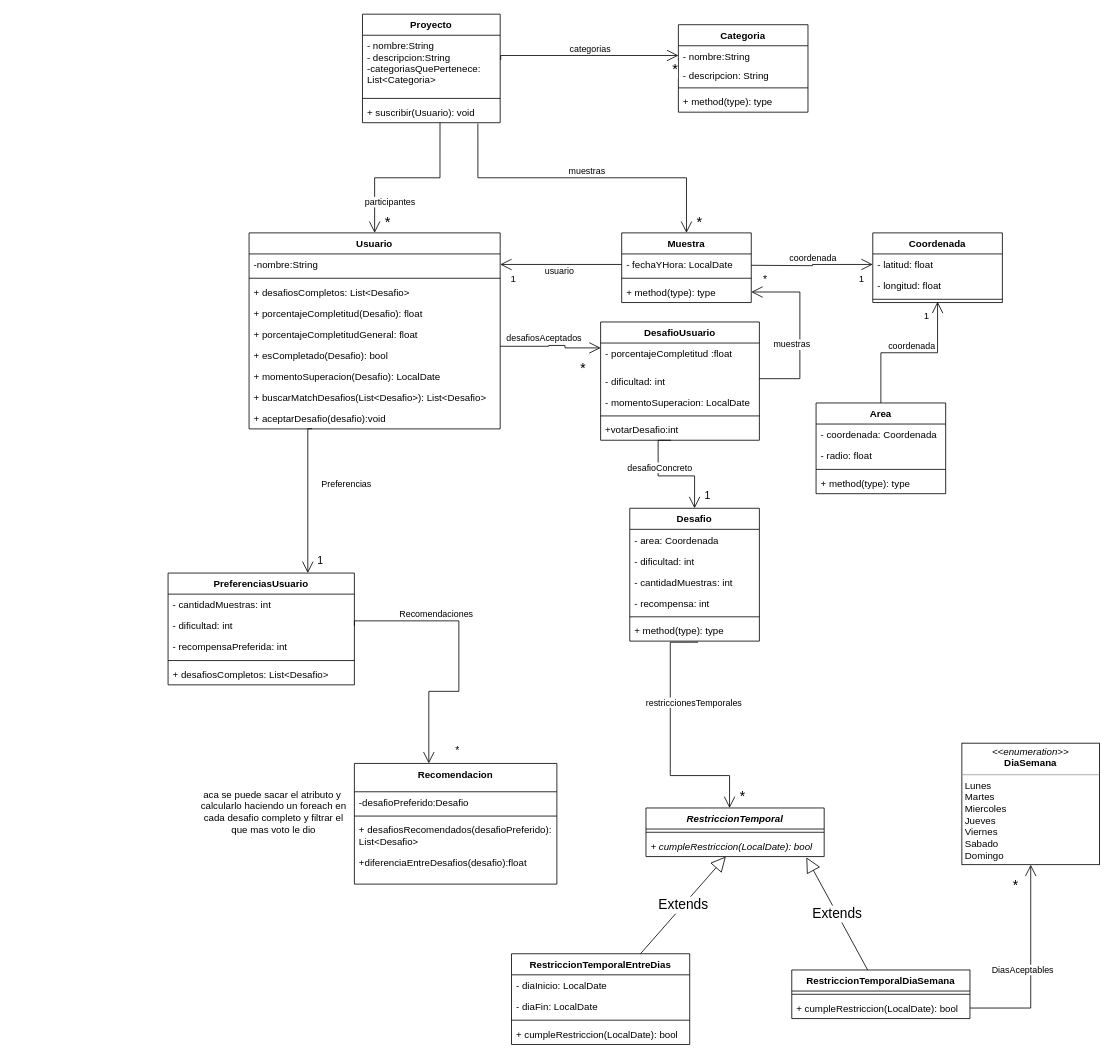
The draw.io diagram tpFinal.drawio in nhubczyk/unq-po2-tpFinal, before the edit. Source tidied: cells renumbered, new cells numbered last; positions are measured from the earlier drawing's top-left corner, leaving out a move shared by most shapes. Both pictures are drawn from the tidied source at 81%, with x=0, y=0 at pixel (168, 14).
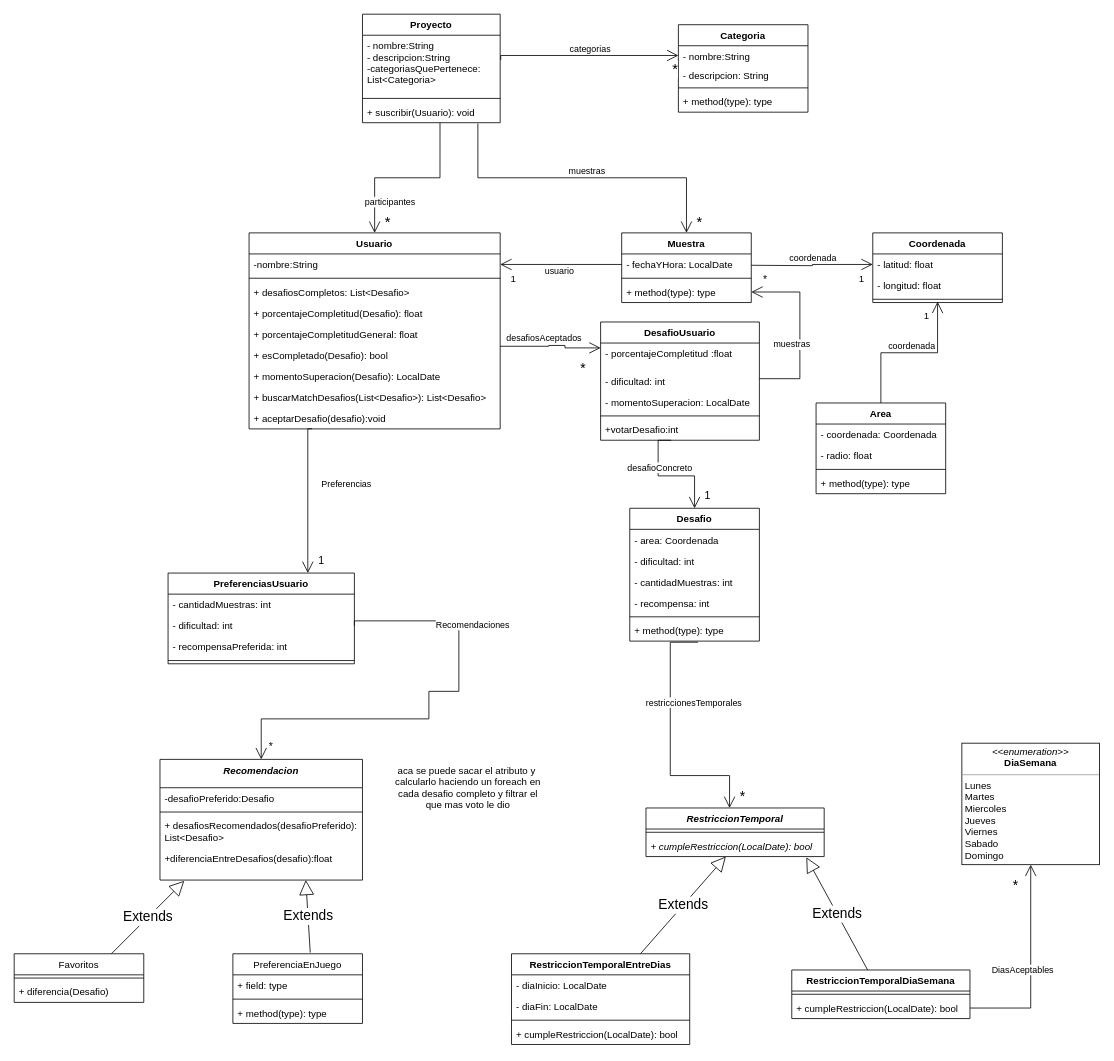
The same diagram, later.

The change refers to these unchanged cells:
```xml
<mxCell id="73" value="- dificultad: int" style="text;strokeColor=none;fillColor=none;align=left;verticalAlign=top;spacingLeft=4;spacingRight=4;overflow=hidden;points=[[0,0.5],[1,0.5]];portConstraint=eastwest;" parent="71" vertex="1">
  <mxGeometry y="52" width="230" height="26" as="geometry" />
</mxCell>
```

Change to the diagram source:
```diff
@@
     <mxCell id="71" value="PreferenciasUsuario" style="swimlane;fontStyle=1;align=center;verticalAlign=top;horizontal=1;startSize=26;" parent="1" vertex="1">
-      <mxGeometry y="690" width="230" height="138" as="geometry" />
+      <mxGeometry y="690" width="230" height="112" as="geometry" />
     </mxCell>
@@
-    <mxCell id="76" value="+ desafiosCompletos: List&lt;Desafio&gt;" style="text;strokeColor=none;fillColor=none;align=left;verticalAlign=top;spacingLeft=4;spacingRight=4;overflow=hidden;" parent="71" vertex="1">
-      <mxGeometry y="112" width="230" height="26" as="geometry" />
-    </mxCell>
@@
-    <mxCell id="91" value="Recomendacion" style="swimlane;fontStyle=1;align=center;verticalAlign=top;horizontal=1;startSize=35;" parent="1" vertex="1">
-      <mxGeometry x="230" y="925" width="250" height="149" as="geometry" />
+    <mxCell id="91" value="Recomendacion" style="swimlane;fontStyle=3;align=center;verticalAlign=top;horizontal=1;startSize=35;" parent="1" vertex="1">
+      <mxGeometry x="-10" y="920" width="250" height="149" as="geometry" />
     </mxCell>
@@
-    <mxCell id="96" style="endArrow=open;html=1;endSize=12;startArrow=none;startSize=14;startFill=0;edgeStyle=orthogonalEdgeStyle;rounded=0;entryX=0.75;entryY=0;entryDx=0;entryDy=0;exitX=1;exitY=0.5;exitDx=0;exitDy=0;" parent="1" edge="1" source="73">
+    <mxCell id="96" style="endArrow=open;html=1;endSize=12;startArrow=none;startSize=14;startFill=0;edgeStyle=orthogonalEdgeStyle;rounded=0;exitX=1;exitY=0.5;exitDx=0;exitDy=0;entryX=0.5;entryY=0;entryDx=0;entryDy=0;" parent="1" edge="1" source="73" target="91">
       <mxGeometry x="-0.3" y="29" relative="1" as="geometry">
-        <mxPoint x="321.9" y="925" as="targetPoint" />
         <Array as="points">
           <mxPoint x="230" y="749" />
           <mxPoint x="359" y="749" />
           <mxPoint x="359" y="836" />
           <mxPoint x="322" y="836" />
+          <mxPoint x="322" y="870" />
+          <mxPoint x="115" y="870" />
         </Array>
       </mxGeometry>
     </mxCell>
     <mxCell id="97" value="*" style="edgeLabel;html=1;align=right;verticalAlign=top;fontSize=13;" parent="96" vertex="1">
       <mxGeometry x="1" relative="1" as="geometry">
-        <mxPoint x="38" y="-30" as="offset" />
+        <mxPoint x="15" y="-30" as="offset" />
       </mxGeometry>
     </mxCell>
@@
     <mxCell id="99" value="aca se puede sacar el atributo y&amp;nbsp;&lt;br&gt;calcularlo haciendo un foreach en &lt;br&gt;cada desafio completo y filtrar el &lt;br&gt;que mas voto le dio" style="text;html=1;align=center;verticalAlign=middle;strokeColor=none;fillColor=none;" parent="1" vertex="1">
-      <mxGeometry x="30" y="950" width="200" height="70" as="geometry" />
+      <mxGeometry x="270" y="920" width="200" height="70" as="geometry" />
     </mxCell>
+    <mxCell id="100" value="Favoritos" style="swimlane;fontStyle=0;align=center;verticalAlign=top;horizontal=1;startSize=26;" parent="1" vertex="1">
+      <mxGeometry x="-190" y="1160" width="160" height="60" as="geometry" />
+    </mxCell>
+    <mxCell id="101" style="line;strokeWidth=1;fillColor=none;align=left;verticalAlign=middle;spacingTop=-1;spacingLeft=3;spacingRight=3;labelPosition=right;strokeColor=inherit;" parent="100" vertex="1">
+      <mxGeometry y="26" width="160" height="8" as="geometry" />
+    </mxCell>
+    <mxCell id="102" value="+ diferencia(Desafio)" style="text;strokeColor=none;fillColor=none;align=left;verticalAlign=top;spacingLeft=4;spacingRight=4;overflow=hidden;" parent="100" vertex="1">
+      <mxGeometry y="34" width="160" height="26" as="geometry" />
+    </mxCell>
+    <mxCell id="103" value="PreferenciaEnJuego" style="swimlane;fontStyle=0;align=center;verticalAlign=top;horizontal=1;startSize=26;" parent="1" vertex="1">
+      <mxGeometry x="80" y="1160" width="160" height="86" as="geometry" />
+    </mxCell>
+    <mxCell id="104" value="+ field: type" style="text;strokeColor=none;fillColor=none;align=left;verticalAlign=top;spacingLeft=4;spacingRight=4;overflow=hidden;" parent="103" vertex="1">
+      <mxGeometry y="26" width="160" height="26" as="geometry" />
+    </mxCell>
+    <mxCell id="105" style="line;strokeWidth=1;fillColor=none;align=left;verticalAlign=middle;spacingTop=-1;spacingLeft=3;spacingRight=3;labelPosition=right;strokeColor=inherit;" parent="103" vertex="1">
+      <mxGeometry y="52" width="160" height="8" as="geometry" />
+    </mxCell>
+    <mxCell id="106" value="+ method(type): type" style="text;strokeColor=none;fillColor=none;align=left;verticalAlign=top;spacingLeft=4;spacingRight=4;overflow=hidden;" parent="103" vertex="1">
+      <mxGeometry y="60" width="160" height="26" as="geometry" />
+    </mxCell>
+    <mxCell id="107" value="Extends" style="endArrow=block;endSize=16;endFill=0;html=1;rounded=0;fontSize=17;exitX=0.75;exitY=0;exitDx=0;exitDy=0;" parent="1" edge="1" source="100">
+      <mxGeometry relative="1" as="geometry">
+        <mxPoint x="20" y="1070" as="targetPoint" />
+      </mxGeometry>
+    </mxCell>
+    <mxCell id="108" value="Extends" style="endArrow=block;endSize=16;endFill=0;html=1;rounded=0;fontSize=17;entryX=0.9;entryY=1.038;entryDx=0;entryDy=0;entryPerimeter=0;exitX=0.597;exitY=-0.018;exitDx=0;exitDy=0;exitPerimeter=0;" parent="1" edge="1" source="103">
+      <mxGeometry relative="1" as="geometry">
+        <mxPoint x="170" y="1069" as="targetPoint" />
+      </mxGeometry>
+    </mxCell>
```
